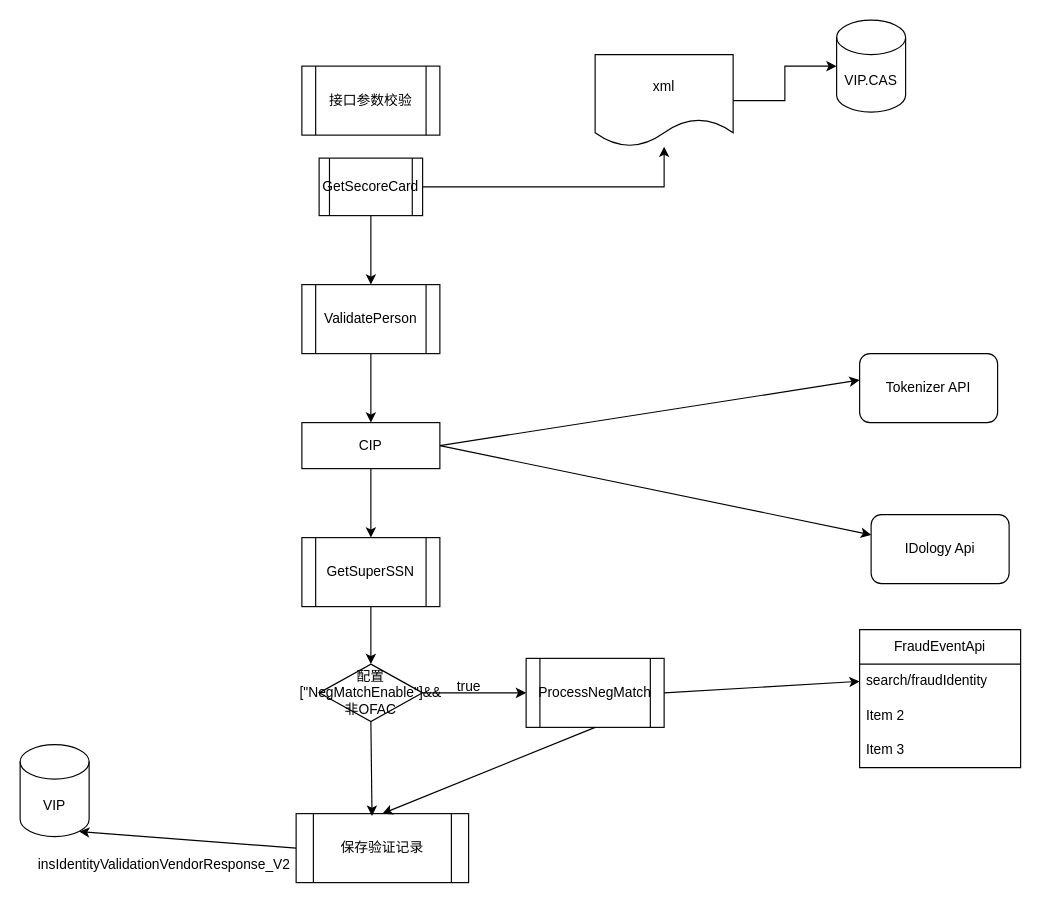
Above: Untitled Diagram.drawio in lzhm/.gd (draw.io), before the change. Source tidied: cells renumbered, new cells numbered last; positions are measured from the earlier drawing's top-left corner, leaving out a move shared by most shapes. Both pictures are drawn from the tidied source at 115%, with x=0, y=0 at pixel (20, 20).
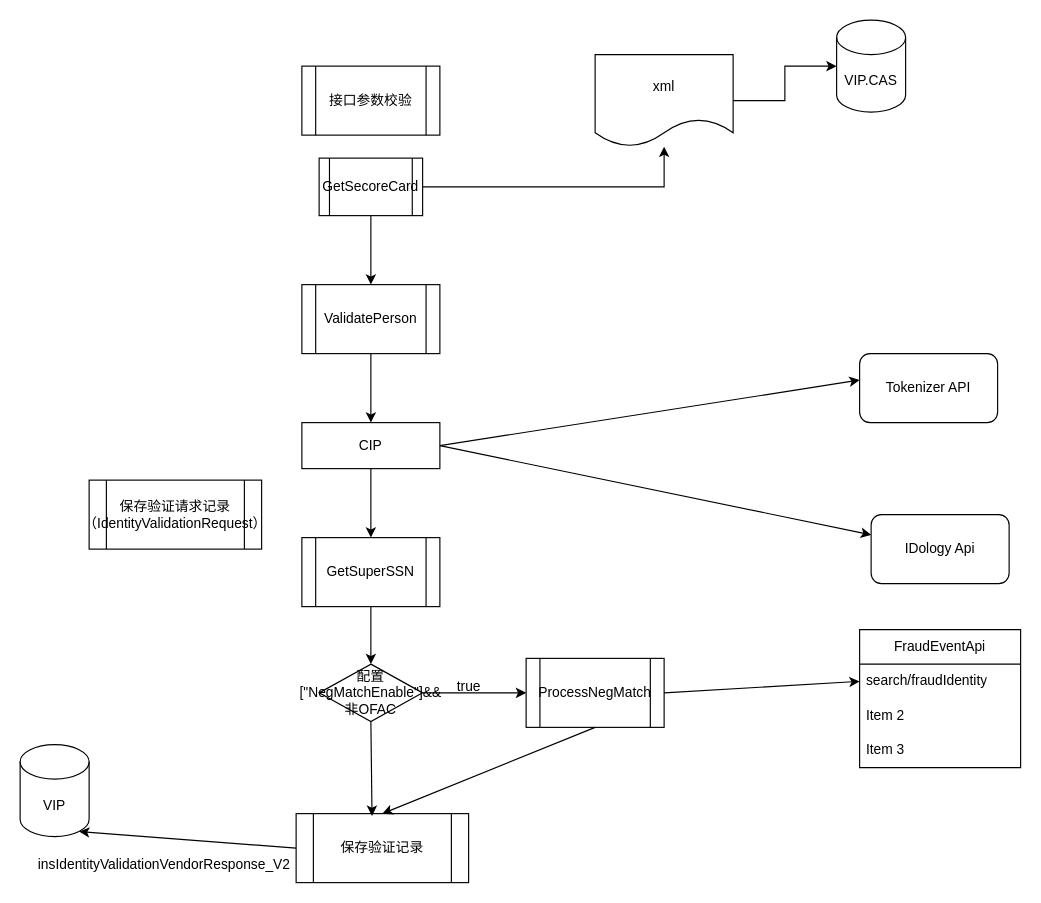
The same diagram, later.

Diff of the diagram source:
```diff
@@
+    <mxCell id="34" value="保存验证请求记录（IdentityValidationRequest）&lt;span style=&quot;&quot;&gt; &lt;/span&gt;" style="shape=process;whiteSpace=wrap;html=1;backgroundOutline=1;" parent="1" vertex="1">
+      <mxGeometry x="60" y="400" width="150" height="60" as="geometry" />
+    </mxCell>
```
